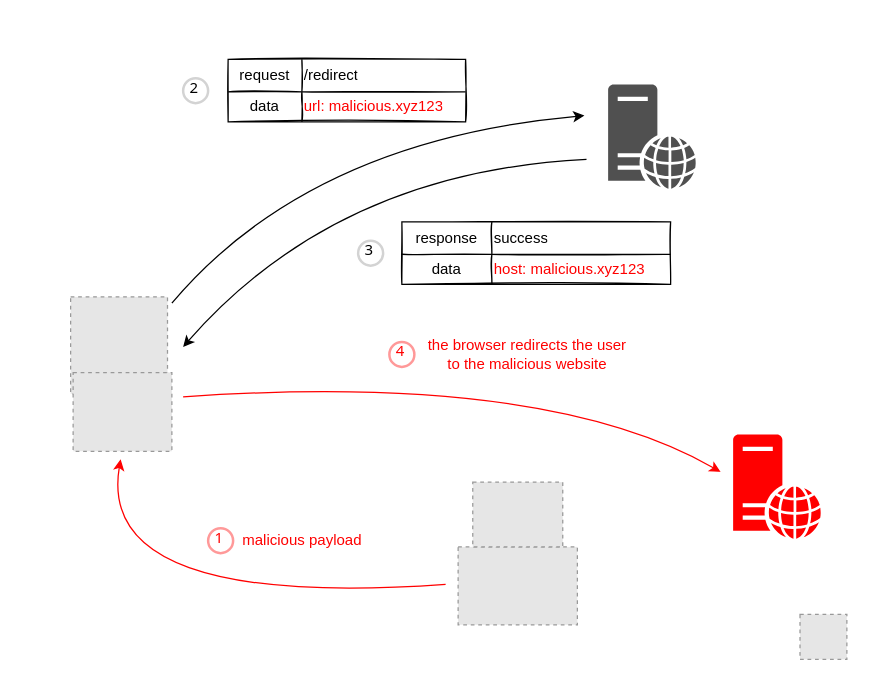
Before: content/open-redirect.drawio in qeeqbox/open-redirect, a draw.io diagram. Source tidied: cells renumbered, new cells numbered last; positions are measured from the earlier drawing's top-left corner, leaving out a move shared by most shapes. Both pictures are drawn from the tidied source at 125%, with x=0, y=0 at pixel (21, 21). Pictures stored in the file or linked from it are replaced by grey dashed boxes.
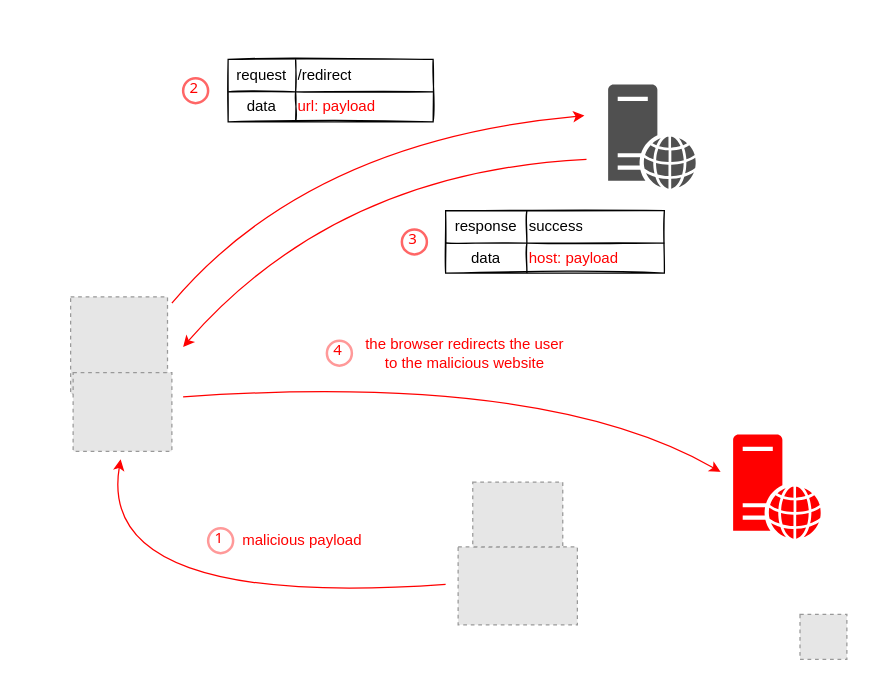
The same diagram, later.

Diff of the diagram source:
```diff
@@
-    <mxCell id="7" style="curved=1;endArrow=none;html=1;startArrow=classic;startFill=1;endFill=0;strokeColor=#000000;flowAnimation=1;flowAnimationDirection=reverse;" parent="1" edge="1">
+    <mxCell id="7" style="curved=1;endArrow=none;html=1;startArrow=classic;startFill=1;endFill=0;strokeColor=#FF0000;flowAnimation=1;flowAnimationDirection=reverse;fontColor=#FF0000;" parent="1" edge="1">
       <mxGeometry relative="1" as="geometry">
         <mxPoint x="450" y="75" as="sourcePoint" />
         <mxPoint x="120" y="225" as="targetPoint" />
         <Array as="points">
           <mxPoint x="230" y="95" />
         </Array>
       </mxGeometry>
     </mxCell>
@@
     <mxCell id="14" style="shape=table;html=1;whiteSpace=wrap;startSize=0;childLayout=tableLayout;align=left;rounded=0;shadow=0;sketch=1;arcSize=0;" parent="1" vertex="1">
-      <mxGeometry x="165" y="30" width="190" height="50" as="geometry" />
+      <mxGeometry x="165" y="30" width="164" height="50" as="geometry" />
     </mxCell>
     <mxCell id="15" style="shape=tableRow;horizontal=0;startSize=0;swimlaneHead=0;swimlaneBody=0;top=0;left=0;bottom=0;right=0;fillColor=none;" parent="14" vertex="1">
-      <mxGeometry width="190" height="26" as="geometry" />
+      <mxGeometry width="164" height="26" as="geometry" />
     </mxCell>
     <mxCell id="16" value="request" style="shape=partialRectangle;html=1;whiteSpace=wrap;fillColor=none;top=0;left=0;bottom=0;right=0;overflow=hidden;" parent="15" vertex="1">
-      <mxGeometry width="59" height="26" as="geometry" />
+      <mxGeometry width="54" height="26" as="geometry" />
     </mxCell>
     <mxCell id="17" value="&lt;div style=&quot;text-align: center;&quot;&gt;&lt;span style=&quot;background-color: transparent;&quot;&gt;/redirect&lt;/span&gt;&lt;/div&gt;" style="shape=partialRectangle;html=1;whiteSpace=wrap;fillColor=none;top=0;left=0;bottom=0;right=0;overflow=hidden;align=left;" parent="15" vertex="1">
-      <mxGeometry x="59" width="131" height="26" as="geometry" />
+      <mxGeometry x="54" width="110" height="26" as="geometry" />
     </mxCell>
     <mxCell id="18" style="shape=tableRow;horizontal=0;startSize=0;swimlaneHead=0;swimlaneBody=0;top=0;left=0;bottom=0;right=0;fillColor=none;" parent="14" vertex="1">
-      <mxGeometry y="26" width="190" height="24" as="geometry" />
+      <mxGeometry y="26" width="164" height="24" as="geometry" />
     </mxCell>
     <mxCell id="19" value="data" style="shape=partialRectangle;html=1;whiteSpace=wrap;fillColor=none;top=0;left=0;bottom=0;right=0;overflow=hidden;" parent="18" vertex="1">
-      <mxGeometry width="59" height="24" as="geometry" />
+      <mxGeometry width="54" height="24" as="geometry" />
     </mxCell>
-    <mxCell id="20" value="&lt;font color=&quot;#ff0000&quot;&gt;url: malicious.xyz123&lt;/font&gt;&lt;span&gt;&lt;br&gt;&lt;/span&gt;" style="shape=partialRectangle;html=1;whiteSpace=wrap;fillColor=none;top=0;left=0;bottom=0;right=0;overflow=hidden;align=left;" parent="18" vertex="1">
-      <mxGeometry x="59" width="131" height="24" as="geometry" />
+    <mxCell id="20" value="&lt;font color=&quot;#ff0000&quot;&gt;url: payload&lt;/font&gt;&lt;span&gt;&lt;br&gt;&lt;/span&gt;" style="shape=partialRectangle;html=1;whiteSpace=wrap;fillColor=none;top=0;left=0;bottom=0;right=0;overflow=hidden;align=left;" parent="18" vertex="1">
+      <mxGeometry x="54" width="110" height="24" as="geometry" />
     </mxCell>
-    <mxCell id="21" style="curved=1;endArrow=classic;html=1;startArrow=none;startFill=0;endFill=1;flowAnimation=1;flowAnimationDirection=normal;" parent="1" edge="1">
+    <mxCell id="21" style="curved=1;endArrow=classic;html=1;startArrow=none;startFill=0;endFill=1;flowAnimation=1;flowAnimationDirection=normal;strokeColor=#FF0000;" parent="1" edge="1">
       <mxGeometry relative="1" as="geometry">
         <mxPoint x="451.7" y="110" as="sourcePoint" />
         <mxPoint x="129" y="260" as="targetPoint" />
         <Array as="points">
           <mxPoint x="251.7" y="120" />
         </Array>
       </mxGeometry>
     </mxCell>
@@
-    <mxCell id="23" value="2" style="ellipse;whiteSpace=wrap;html=1;strokeWidth=2;fontFamily=Tahoma;spacingBottom=4;spacingRight=2;strokeColor=#d3d3d3;" parent="1" vertex="1">
+    <mxCell id="23" value="2" style="ellipse;whiteSpace=wrap;html=1;strokeWidth=2;fontFamily=Tahoma;spacingBottom=4;spacingRight=2;strokeColor=#FF6666;fontColor=#FF0000;" parent="1" vertex="1">
       <mxGeometry x="129" y="45" width="20" height="20" as="geometry" />
     </mxCell>
     <mxCell id="24" value="&lt;div&gt;&lt;font&gt;the browser redirects the&amp;nbsp;&lt;/font&gt;&lt;span style=&quot;background-color: initial;&quot;&gt;user&lt;/span&gt;&lt;/div&gt;&lt;div&gt;&lt;span style=&quot;background-color: initial;&quot;&gt;to&amp;nbsp;&lt;/span&gt;&lt;span style=&quot;background-color: initial;&quot;&gt;the malicious website&lt;/span&gt;&lt;/div&gt;" style="text;html=1;align=center;verticalAlign=middle;strokeColor=none;fillColor=none;fontColor=light-dark(#ff0000, #ededed);" parent="1" vertex="1">
-      <mxGeometry x="314" y="246" width="180" height="40" as="geometry" />
+      <mxGeometry x="264" y="245" width="180" height="40" as="geometry" />
     </mxCell>
     <mxCell id="25" value="4" style="ellipse;whiteSpace=wrap;html=1;strokeWidth=2;fontFamily=Tahoma;spacingBottom=4;spacingRight=2;strokeColor=light-dark(#FF9999,#EDEDED);fontColor=light-dark(#ff0000, #ededed);" parent="1" vertex="1">
-      <mxGeometry x="294" y="256" width="20" height="20" as="geometry" />
+      <mxGeometry x="244" y="255" width="20" height="20" as="geometry" />
     </mxCell>
     <mxCell id="26" style="shape=table;html=1;whiteSpace=wrap;startSize=0;childLayout=tableLayout;align=left;rounded=0;shadow=0;sketch=1;arcSize=0;" parent="1" vertex="1">
-      <mxGeometry x="304" y="160" width="215" height="50" as="geometry" />
+      <mxGeometry x="339" y="151" width="175" height="50" as="geometry" />
     </mxCell>
     <mxCell id="27" style="shape=tableRow;horizontal=0;startSize=0;swimlaneHead=0;swimlaneBody=0;top=0;left=0;bottom=0;right=0;fillColor=none;" parent="26" vertex="1">
-      <mxGeometry width="215" height="26" as="geometry" />
+      <mxGeometry width="175" height="26" as="geometry" />
     </mxCell>
     <mxCell id="28" value="response" style="shape=partialRectangle;html=1;whiteSpace=wrap;fillColor=none;top=0;left=0;bottom=0;right=0;overflow=hidden;" parent="27" vertex="1">
-      <mxGeometry width="72" height="26" as="geometry" />
+      <mxGeometry width="65" height="26" as="geometry" />
     </mxCell>
     <mxCell id="29" value="&lt;span style=&quot;text-align: center&quot;&gt;success&lt;/span&gt;" style="shape=partialRectangle;html=1;whiteSpace=wrap;fillColor=none;top=0;left=0;bottom=0;right=0;overflow=hidden;align=left;" parent="27" vertex="1">
-      <mxGeometry x="72" width="143" height="26" as="geometry" />
+      <mxGeometry x="65" width="110" height="26" as="geometry" />
     </mxCell>
     <mxCell id="30" style="shape=tableRow;horizontal=0;startSize=0;swimlaneHead=0;swimlaneBody=0;top=0;left=0;bottom=0;right=0;fillColor=none;" parent="26" vertex="1">
-      <mxGeometry y="26" width="215" height="24" as="geometry" />
+      <mxGeometry y="26" width="175" height="24" as="geometry" />
     </mxCell>
     <mxCell id="31" value="data" style="shape=partialRectangle;html=1;whiteSpace=wrap;fillColor=none;top=0;left=0;bottom=0;right=0;overflow=hidden;" parent="30" vertex="1">
-      <mxGeometry width="72" height="24" as="geometry" />
+      <mxGeometry width="65" height="24" as="geometry" />
     </mxCell>
-    <mxCell id="32" value="&lt;span style=&quot;color: rgb(255, 0, 0);&quot;&gt;host: malicious.xyz123&lt;/span&gt;" style="shape=partialRectangle;html=1;whiteSpace=wrap;fillColor=none;top=0;left=0;bottom=0;right=0;overflow=hidden;align=left;" parent="30" vertex="1">
-      <mxGeometry x="72" width="143" height="24" as="geometry" />
+    <mxCell id="32" value="&lt;span style=&quot;color: rgb(255, 0, 0);&quot;&gt;host:&amp;nbsp;&lt;/span&gt;&lt;span style=&quot;color: rgb(255, 0, 0);&quot;&gt;payload&lt;/span&gt;" style="shape=partialRectangle;html=1;whiteSpace=wrap;fillColor=none;top=0;left=0;bottom=0;right=0;overflow=hidden;align=left;" parent="30" vertex="1">
+      <mxGeometry x="65" width="110" height="24" as="geometry" />
     </mxCell>
-    <mxCell id="33" value="3" style="ellipse;whiteSpace=wrap;html=1;strokeWidth=2;fontFamily=Tahoma;spacingBottom=4;spacingRight=2;strokeColor=#d3d3d3;" parent="1" vertex="1">
-      <mxGeometry x="269" y="175" width="20" height="20" as="geometry" />
+    <mxCell id="33" value="3" style="ellipse;whiteSpace=wrap;html=1;strokeWidth=2;fontFamily=Tahoma;spacingBottom=4;spacingRight=2;strokeColor=#FF6666;fontColor=#FF0000;" parent="1" vertex="1">
+      <mxGeometry x="304" y="166" width="20" height="20" as="geometry" />
     </mxCell>
```
